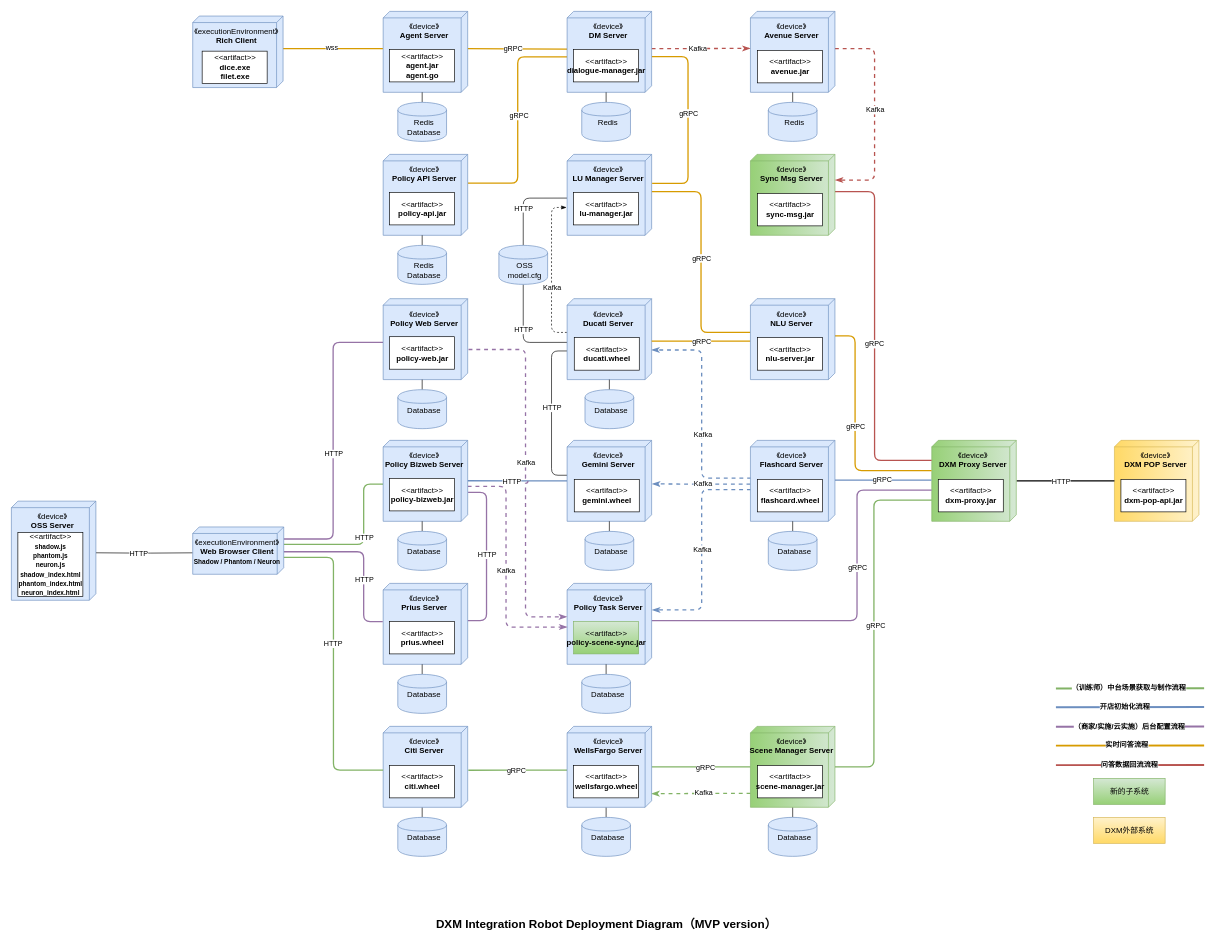
Before: leyan/dxm/dxm_deployment_diagram.drawio in GeekKwok/UML, a draw.io diagram. Source tidied: cells renumbered, new cells numbered last; positions are measured from the earlier drawing's top-left corner, leaving out a move shared by most shapes. Both pictures are drawn from the tidied source at 65%, with x=0, y=0 at pixel (11, 11).
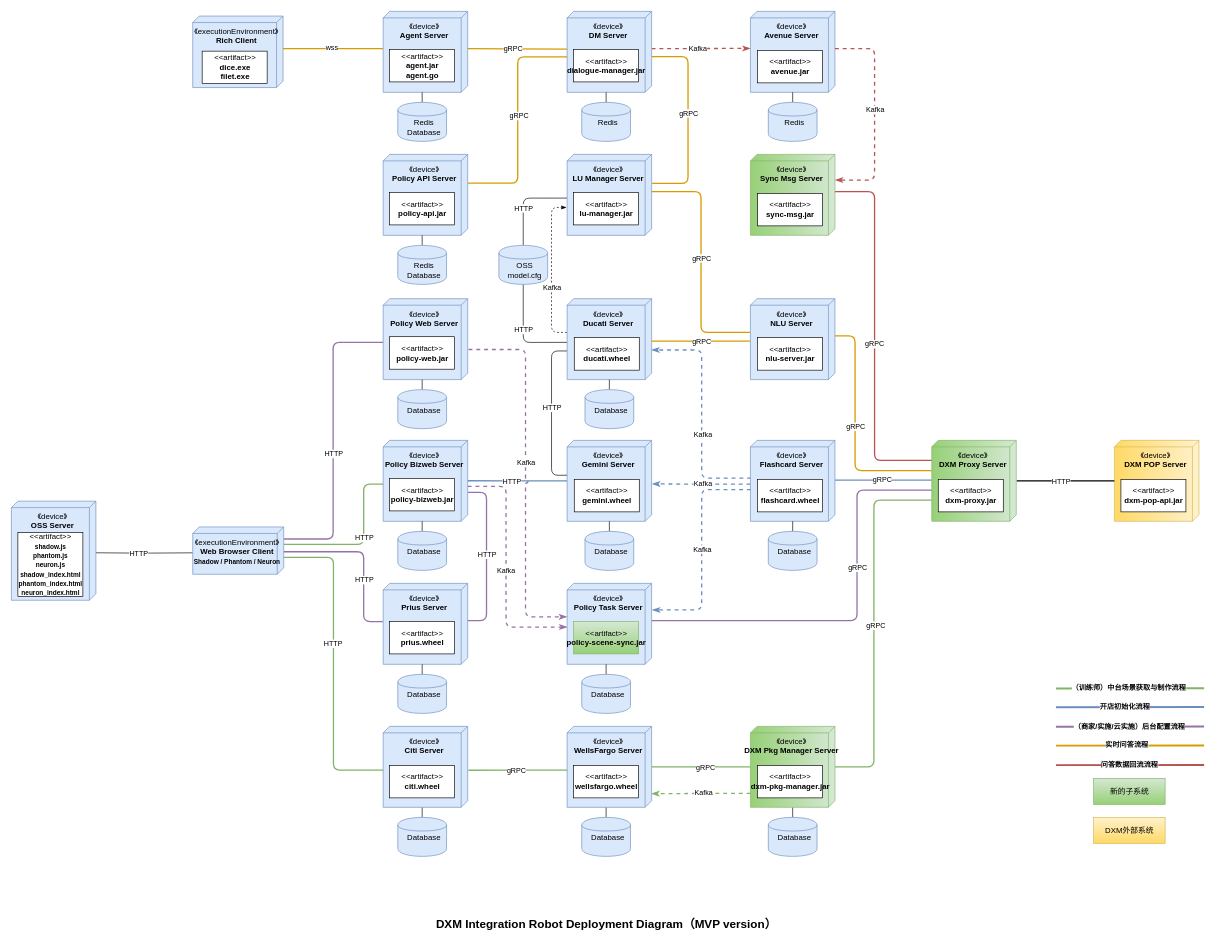
Above is the later version.

The edit, as a diff of the source:
```diff
@@
-    <mxCell id="15" value="《device》&lt;br&gt;&lt;b&gt;Scene Manager Server&lt;/b&gt;" style="verticalAlign=top;align=center;shape=cube;size=10;direction=south;fontStyle=0;html=1;boundedLbl=1;spacingLeft=5;fillColor=#d5e8d4;strokeColor=#82b366;gradientColor=#97d077;" parent="1" vertex="1">
+    <mxCell id="15" value="《device》&lt;br&gt;&lt;b&gt;DXM Pkg Manager Server&lt;/b&gt;" style="verticalAlign=top;align=center;shape=cube;size=10;direction=south;fontStyle=0;html=1;boundedLbl=1;spacingLeft=5;fillColor=#d5e8d4;strokeColor=#82b366;gradientColor=#97d077;" parent="1" vertex="1">
       <mxGeometry x="1137" y="1100" width="130" height="124.5" as="geometry" />
     </mxCell>
-    <mxCell id="16" value="&amp;lt;&amp;lt;artifact&amp;gt;&amp;gt;&lt;br&gt;&lt;b&gt;scene-manager.jar&lt;/b&gt;" style="text;html=1;align=center;verticalAlign=middle;dashed=0;fillColor=#ffffff;strokeColor=#000000;" parent="1" vertex="1">
+    <mxCell id="16" value="&amp;lt;&amp;lt;artifact&amp;gt;&amp;gt;&lt;br&gt;&lt;b&gt;dxm-pkg-manager.jar&lt;/b&gt;" style="text;html=1;align=center;verticalAlign=middle;dashed=0;fillColor=#ffffff;strokeColor=#000000;" parent="1" vertex="1">
       <mxGeometry x="1148" y="1160" width="100" height="50" as="geometry" />
     </mxCell>
```
